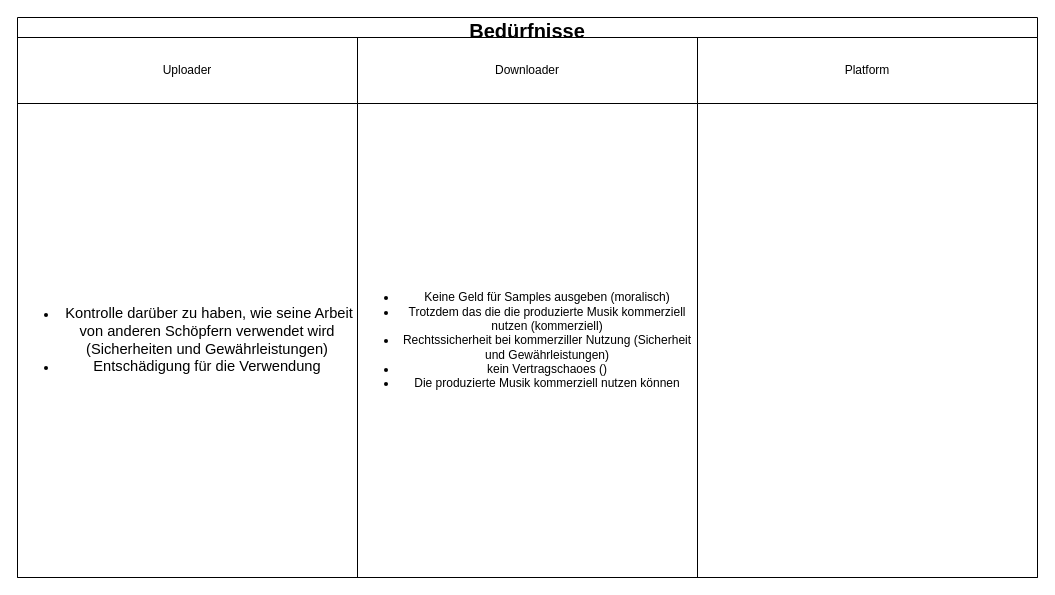
Earlier version of the draw.io diagram page "Player_Anreize" (29 of 29) of beatblender_diagrams.drawio (maximilian-mintchev/Diagrams). Source tidied: cells renumbered, new cells numbered last; positions are measured from the earlier drawing's top-left corner, leaving out a move shared by most shapes. Both pictures are drawn from the tidied source at 100%, with x=0, y=0 at pixel (17, 17).
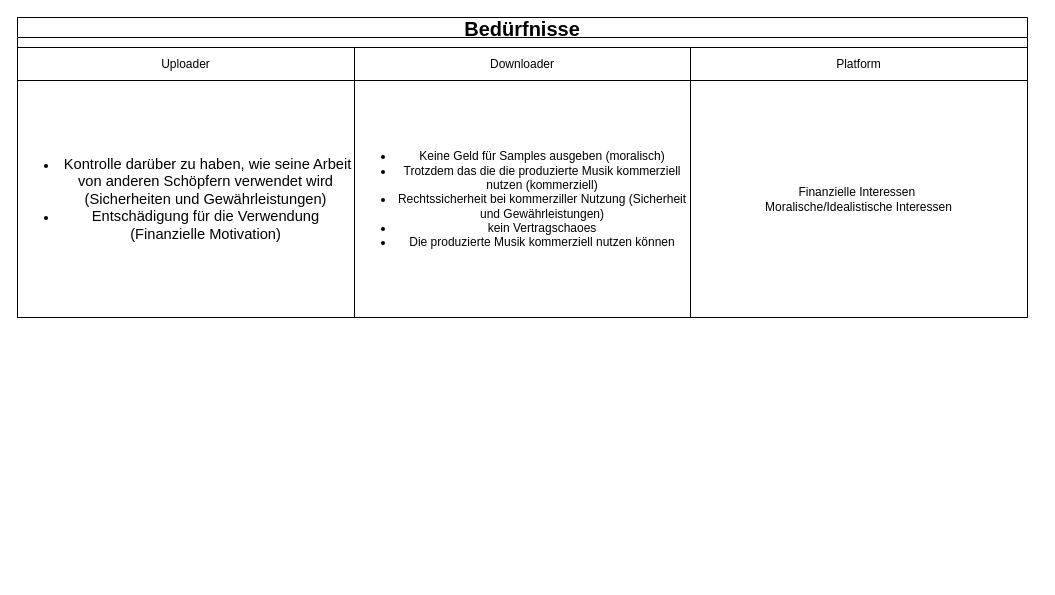
The same page after the edit.

What changed in the source:
```diff
@@
 <mxGraphModel>
   <root>
     <mxCell id="0" />
     <mxCell id="1" parent="0" />
-    <mxCell id="2" value="Bedürfnisse" style="swimlane;fontSize=20;strokeWidth=1;fillColor=#FFFFFF;" parent="1" vertex="1">
-      <mxGeometry width="1020" height="560" as="geometry" />
+    <mxCell id="2" value="Bedürfnisse" style="swimlane;fontSize=20;strokeWidth=1;fillColor=#FFFFFF;swimlaneFillColor=#ffffff;startSize=20;" parent="1" vertex="1">
+      <mxGeometry width="1010" height="300" as="geometry" />
     </mxCell>
-    <mxCell id="3" style="shape=table;html=1;whiteSpace=wrap;startSize=0;childLayout=tableLayout;" parent="1" vertex="1">
-      <mxGeometry y="20" width="1020" height="540" as="geometry" />
+    <mxCell id="3" style="shape=table;html=1;whiteSpace=wrap;startSize=10;childLayout=tableLayout;" parent="2" vertex="1">
+      <mxGeometry y="20" width="1010" height="280" as="geometry" />
     </mxCell>
     <mxCell id="4" style="shape=partialRectangle;html=1;whiteSpace=wrap;fillColor=none;top=0;left=0;bottom=0;right=0;" parent="3" vertex="1">
-      <mxGeometry width="1020" height="66" as="geometry" />
+      <mxGeometry y="10" width="1010" height="33" as="geometry" />
     </mxCell>
     <mxCell id="5" value="Uploader" style="shape=partialRectangle;html=1;whiteSpace=wrap;overflow=hidden;fillColor=none;top=0;left=0;bottom=0;right=0;" parent="4" vertex="1">
-      <mxGeometry width="340" height="66" as="geometry" />
+      <mxGeometry width="337" height="33" as="geometry" />
     </mxCell>
     <mxCell id="6" value="Downloader" style="shape=partialRectangle;html=1;whiteSpace=wrap;overflow=hidden;fillColor=none;top=0;left=0;bottom=0;right=0;" parent="4" vertex="1">
-      <mxGeometry x="340" width="340" height="66" as="geometry" />
+      <mxGeometry x="337" width="336" height="33" as="geometry" />
     </mxCell>
     <mxCell id="7" value="Platform" style="shape=partialRectangle;html=1;whiteSpace=wrap;overflow=hidden;fillColor=none;top=0;left=0;bottom=0;right=0;" parent="4" vertex="1">
-      <mxGeometry x="680" width="340" height="66" as="geometry" />
+      <mxGeometry x="673" width="337" height="33" as="geometry" />
     </mxCell>
     <mxCell id="8" style="shape=partialRectangle;html=1;whiteSpace=wrap;fillColor=none;top=0;left=0;bottom=0;right=0;" parent="3" vertex="1">
-      <mxGeometry y="66" width="1020" height="474" as="geometry" />
+      <mxGeometry y="43" width="1010" height="237" as="geometry" />
     </mxCell>
-    <mxCell id="9" value="&lt;ul&gt;&lt;li&gt;&lt;span id=&quot;docs-internal-guid-2716ff6e-7fff-4e94-c303-aba9794f614c&quot;&gt;&lt;span style=&quot;font-size: 11pt ; font-family: &amp;#34;arial&amp;#34; ; background-color: transparent ; vertical-align: baseline&quot;&gt;&amp;nbsp;Kontrolle darüber zu haben, wie seine Arbeit von anderen Schöpfern verwendet wird (Sicherheiten und Gewährleistungen)&lt;/span&gt;&lt;/span&gt;&lt;br&gt;&lt;/li&gt;&lt;li&gt;&lt;span&gt;&lt;span style=&quot;font-size: 11pt ; font-family: &amp;#34;arial&amp;#34; ; background-color: transparent ; vertical-align: baseline&quot;&gt;Entschädigung für die Verwendung&lt;/span&gt;&lt;/span&gt;&lt;/li&gt;&lt;/ul&gt;" style="shape=partialRectangle;html=1;whiteSpace=wrap;overflow=hidden;fillColor=none;top=0;left=0;bottom=0;right=0;" parent="8" vertex="1">
-      <mxGeometry width="340" height="474" as="geometry" />
+    <mxCell id="9" value="&lt;ul&gt;&lt;li&gt;&lt;span id=&quot;docs-internal-guid-2716ff6e-7fff-4e94-c303-aba9794f614c&quot;&gt;&lt;span style=&quot;font-size: 11pt ; font-family: &amp;#34;arial&amp;#34; ; background-color: transparent ; vertical-align: baseline&quot;&gt;&amp;nbsp;Kontrolle darüber zu haben, wie seine Arbeit von anderen Schöpfern verwendet wird (Sicherheiten und Gewährleistungen)&lt;/span&gt;&lt;/span&gt;&lt;br&gt;&lt;/li&gt;&lt;li&gt;&lt;span&gt;&lt;span style=&quot;font-size: 11pt ; font-family: &amp;#34;arial&amp;#34; ; background-color: transparent ; vertical-align: baseline&quot;&gt;Entschädigung für die Verwendung (Finanzielle Motivation)&lt;/span&gt;&lt;/span&gt;&lt;/li&gt;&lt;/ul&gt;" style="shape=partialRectangle;html=1;whiteSpace=wrap;overflow=hidden;fillColor=none;top=0;left=0;bottom=0;right=0;" parent="8" vertex="1">
+      <mxGeometry width="337" height="237" as="geometry" />
     </mxCell>
-    <mxCell id="10" value="&lt;ul&gt;&lt;li&gt;Keine Geld für Samples ausgeben (moralisch)&lt;/li&gt;&lt;li&gt;Trotzdem das die die produzierte Musik kommerziell nutzen (kommerziell)&lt;/li&gt;&lt;li&gt;Rechtssicherheit bei kommerziller Nutzung (Sicherheit und Gewährleistungen)&lt;/li&gt;&lt;li&gt;kein Vertragschaoes ()&lt;/li&gt;&lt;li&gt;Die produzierte Musik kommerziell nutzen können&lt;/li&gt;&lt;/ul&gt;" style="shape=partialRectangle;html=1;whiteSpace=wrap;overflow=hidden;fillColor=none;top=0;left=0;bottom=0;right=0;" parent="8" vertex="1">
-      <mxGeometry x="340" width="340" height="474" as="geometry" />
+    <mxCell id="10" value="&lt;ul&gt;&lt;li&gt;Keine Geld für Samples ausgeben (moralisch)&lt;/li&gt;&lt;li&gt;Trotzdem das die die produzierte Musik kommerziell nutzen (kommerziell)&lt;/li&gt;&lt;li&gt;Rechtssicherheit bei kommerziller Nutzung (Sicherheit und Gewährleistungen)&lt;/li&gt;&lt;li&gt;kein Vertragschaoes&lt;/li&gt;&lt;li&gt;Die produzierte Musik kommerziell nutzen können&lt;/li&gt;&lt;/ul&gt;" style="shape=partialRectangle;html=1;whiteSpace=wrap;overflow=hidden;fillColor=none;top=0;left=0;bottom=0;right=0;" parent="8" vertex="1">
+      <mxGeometry x="337" width="336" height="237" as="geometry" />
     </mxCell>
-    <mxCell id="11" style="shape=partialRectangle;html=1;whiteSpace=wrap;overflow=hidden;fillColor=none;top=0;left=0;bottom=0;right=0;" parent="8" vertex="1">
-      <mxGeometry x="680" width="340" height="474" as="geometry" />
+    <mxCell id="11" value="Finanzielle Interessen&amp;nbsp;&lt;br&gt;Moralische/Idealistische Interessen" style="shape=partialRectangle;html=1;whiteSpace=wrap;overflow=hidden;fillColor=none;top=0;left=0;bottom=0;right=0;" parent="8" vertex="1">
+      <mxGeometry x="673" width="337" height="237" as="geometry" />
     </mxCell>
   </root>
 </mxGraphModel>
```
